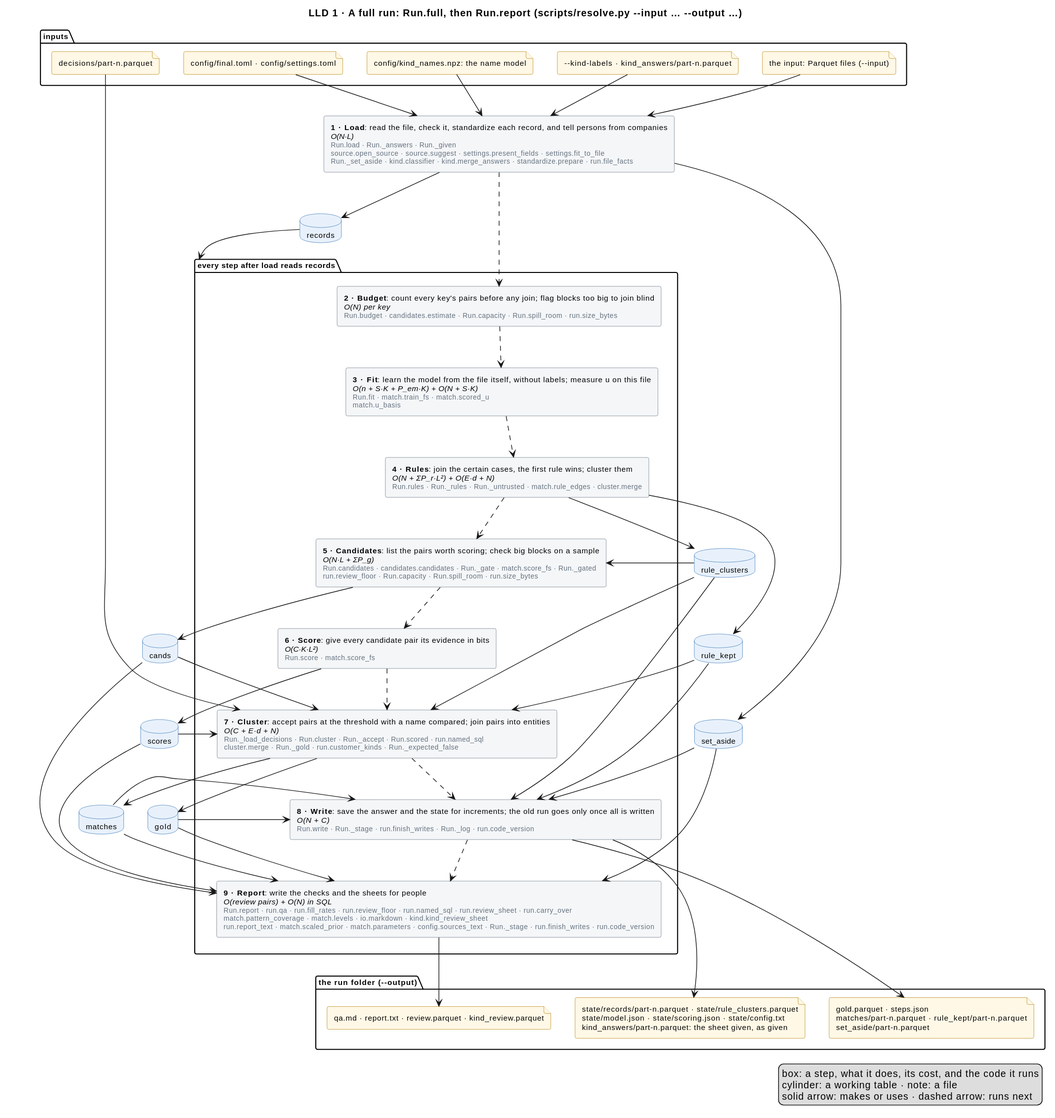
This is docs/diagrams/full-run.svg from mvsbm/entity_matching, a PlantUML export, as it was before one commit.
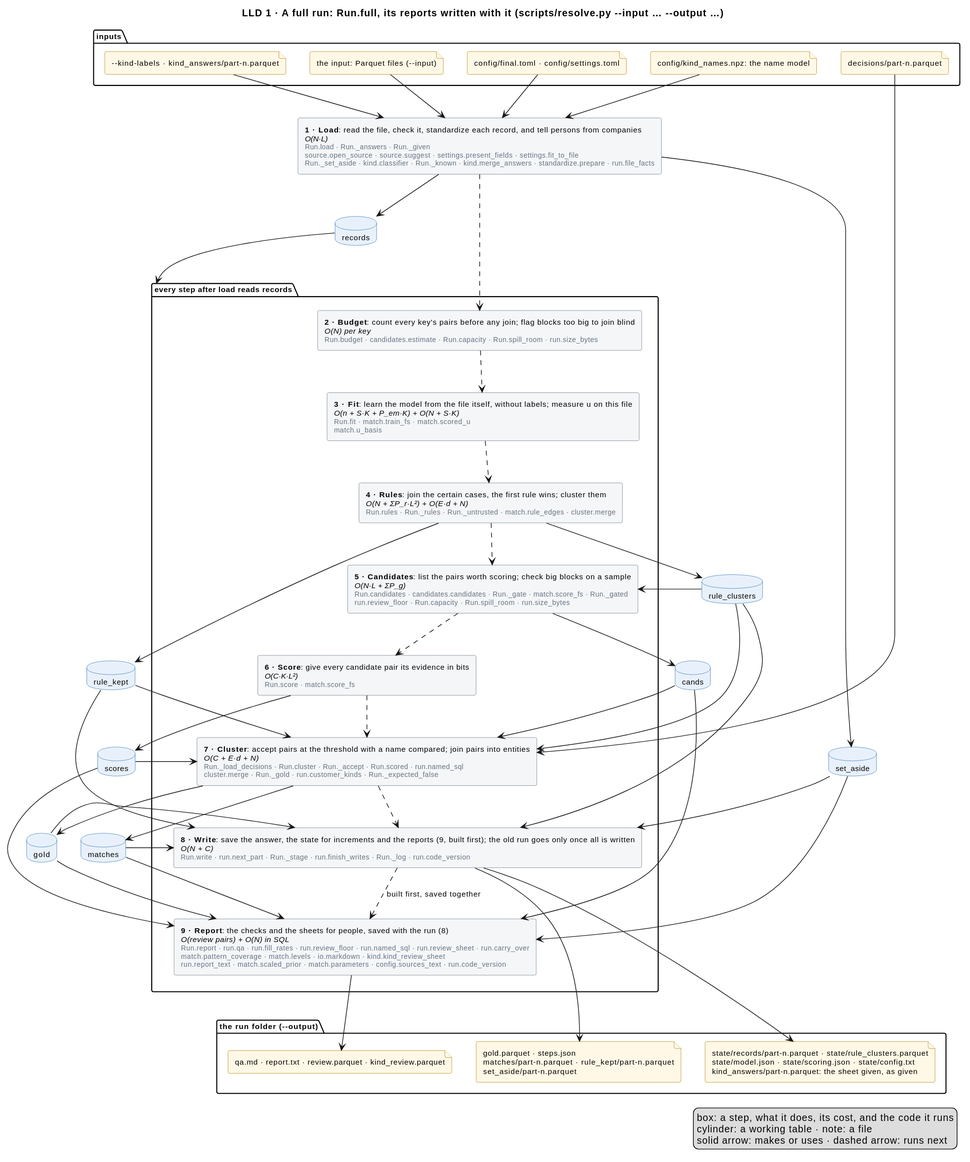
Above is the later version.

Diff of the diagram source:
```diff
@@ -1,5 +1,5 @@
 @startuml
-title LLD 1 · A full run: Run.full, then Run.report (scripts/resolve.py ~--input … ~--output …)
+title LLD 1 · A full run: Run.full, its reports written with it (scripts/resolve.py ~--input … ~--output …)
 skinparam defaultFontSize 11
 skinparam rectangle {
   BackgroundColor #F4F6F8
@@ -23,7 +23,7 @@
 }
 
 
-rectangle "<b>1 · Load</b>: read the file, check it, standardize each record, and tell persons from companies\n<i>O(N·L)</i>\n<size:10><color:#65717E>Run.load · Run._answers · Run._given</color></size>\n<size:10><color:#65717E>source.open_source · source.suggest · settings.present_fields · settings.fit_to_file</color></size>\n<size:10><color:#65717E>Run._set_aside · kind.classifier · kind.merge_answers · standardize.prepare · run.file_facts</color></size>" as load
+rectangle "<b>1 · Load</b>: read the file, check it, standardize each record, and tell persons from companies\n<i>O(N·L)</i>\n<size:10><color:#65717E>Run.load · Run._answers · Run._given</color></size>\n<size:10><color:#65717E>source.open_source · source.suggest · settings.present_fields · settings.fit_to_file</color></size>\n<size:10><color:#65717E>Run._set_aside · kind.classifier · Run._known · kind.merge_answers · standardize.prepare · run.file_facts</color></size>" as load
 package "every step after load reads records" as after_load {
   rectangle "<b>2 · Budget</b>: count every key's pairs before any join; flag blocks too big to join blind\n<i>O(N) per key</i>\n<size:10><color:#65717E>Run.budget · candidates.estimate · Run.capacity · Run.spill_room · run.size_bytes</color></size>" as budget
   rectangle "<b>3 · Fit</b>: learn the model from the file itself, without labels; measure u on this file\n<i>O(n + S·K + P_em·K) + O(N + S·K)</i>\n<size:10><color:#65717E>Run.fit · match.train_fs · match.scored_u</color></size>\n<size:10><color:#65717E>match.u_basis</color></size>" as fit
@@ -31,8 +31,8 @@
   rectangle "<b>5 · Candidates</b>: list the pairs worth scoring; check big blocks on a sample\n<i>O(N·L + ΣP_g)</i>\n<size:10><color:#65717E>Run.candidates · candidates.candidates · Run._gate · match.score_fs · Run._gated</color></size>\n<size:10><color:#65717E>run.review_floor · Run.capacity · Run.spill_room · run.size_bytes</color></size>" as candidates
   rectangle "<b>6 · Score</b>: give every candidate pair its evidence in bits\n<i>O(C·K·L²)</i>\n<size:10><color:#65717E>Run.score · match.score_fs</color></size>" as score
   rectangle "<b>7 · Cluster</b>: accept pairs at the threshold with a name compared; join pairs into entities\n<i>O(C + E·d + N)</i>\n<size:10><color:#65717E>Run._load_decisions · Run.cluster · Run._accept · Run.scored · run.named_sql</color></size>\n<size:10><color:#65717E>cluster.merge · Run._gold · run.customer_kinds · Run._expected_false</color></size>" as cluster
-  rectangle "<b>8 · Write</b>: save the answer and the state for increments; the old run goes only once all is written\n<i>O(N + C)</i>\n<size:10><color:#65717E>Run.write · Run._stage · run.finish_writes · Run._log · run.code_version</color></size>" as write
-  rectangle "<b>9 · Report</b>: write the checks and the sheets for people\n<i>O(review pairs) + O(N) in SQL</i>\n<size:10><color:#65717E>Run.report · run.qa · run.fill_rates · run.review_floor · run.named_sql · run.review_sheet · run.carry_over</color></size>\n<size:10><color:#65717E>match.pattern_coverage · match.levels · io.markdown · kind.kind_review_sheet</color></size>\n<size:10><color:#65717E>run.report_text · match.scaled_prior · match.parameters · config.sources_text · Run._stage · run.finish_writes · run.code_version</color></size>" as report
+  rectangle "<b>8 · Write</b>: save the answer, the state for increments and the reports (9, built first); the old run goes only once all is written\n<i>O(N + C)</i>\n<size:10><color:#65717E>Run.write · run.next_part · Run._stage · run.finish_writes · Run._log · run.code_version</color></size>" as write
+  rectangle "<b>9 · Report</b>: the checks and the sheets for people, saved with the run (8)\n<i>O(review pairs) + O(N) in SQL</i>\n<size:10><color:#65717E>Run.report · run.qa · run.fill_rates · run.review_floor · run.named_sql · run.review_sheet · run.carry_over</color></size>\n<size:10><color:#65717E>match.pattern_coverage · match.levels · io.markdown · kind.kind_review_sheet</color></size>\n<size:10><color:#65717E>run.report_text · match.scaled_prior · match.parameters · config.sources_text · run.code_version</color></size>" as report
 }
 database "records" as records
 database "set_aside" as set_aside
@@ -62,7 +62,7 @@
 candidates ..> score
 score ..> cluster
 cluster ..> write
-write ..> report
+write ..> report : built first, saved together
 
 load --> records
 load --> set_aside
```
